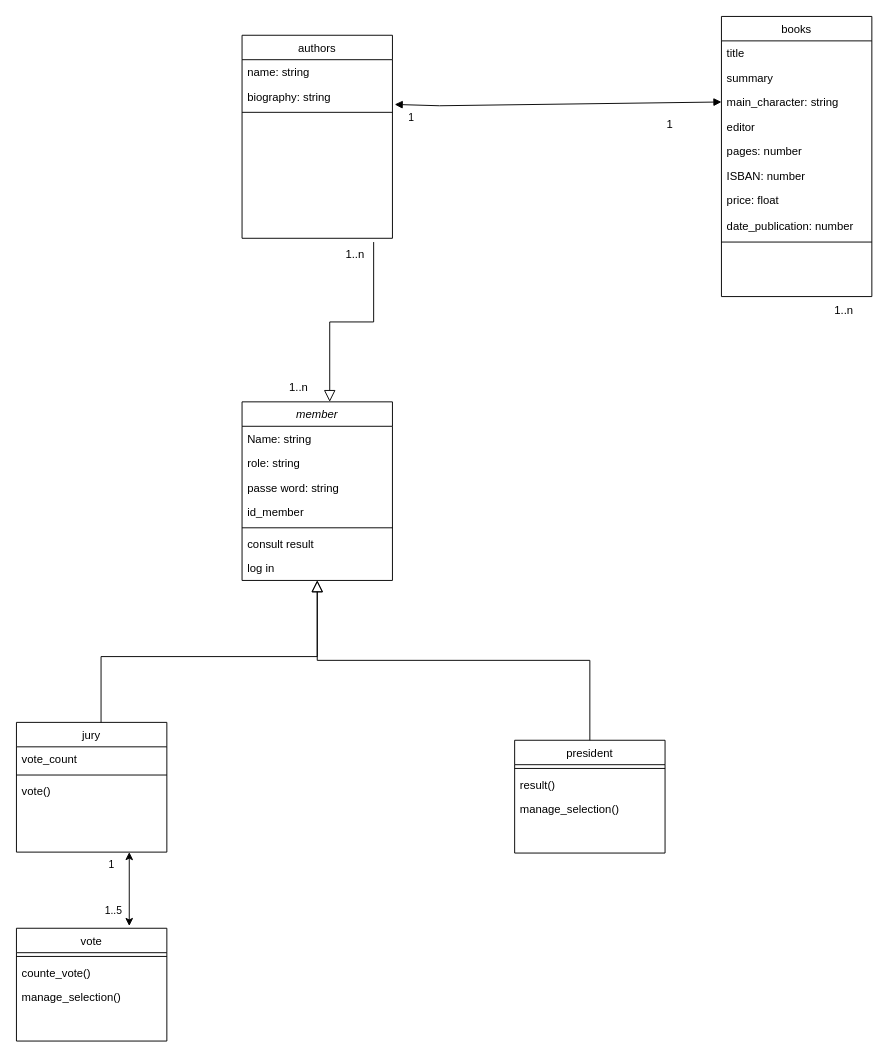
Before: prix_goncourt/Docs/Diagramme_classe.drawio in SHATAJV/prix_goncourt-, a draw.io diagram. Source tidied: cells renumbered, new cells numbered last; positions are measured from the earlier drawing's top-left corner, leaving out a move shared by most shapes. Both pictures are drawn from the tidied source at 94%, with x=0, y=0 at pixel (16, 16).
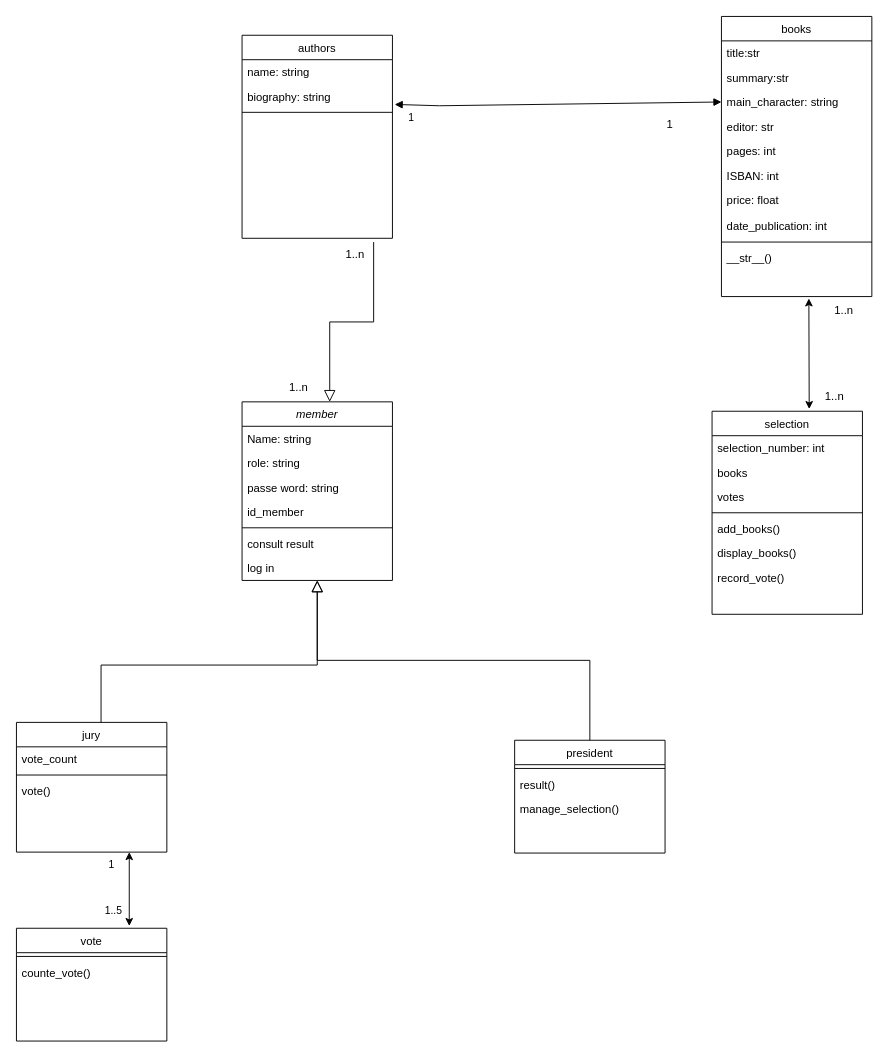
Above is the later version.

Commit message:
Mettre à jour Diagramme_classe.drawio

The change refers to these unchanged cells:
```xml
<mxCell id="2" value="member" style="swimlane;fontStyle=2;align=center;verticalAlign=top;horizontal=1;startSize=26;rounded=0;shadow=0;strokeWidth=1;" parent="1" vertex="1">
  <mxGeometry x="240" y="410" width="160" height="190" as="geometry" />
</mxCell>
<mxCell id="20" value="books" style="swimlane;fontStyle=0;align=center;verticalAlign=top;horizontal=1;startSize=26;rounded=0;shadow=0;strokeWidth=1;" parent="1" vertex="1">
  <mxGeometry x="750" width="160" height="298" as="geometry" />
</mxCell>
<mxCell id="41" value="vote" style="swimlane;fontStyle=0;align=center;verticalAlign=top;horizontal=1;startSize=26;rounded=0;shadow=0;strokeWidth=1;" parent="1" vertex="1">
  <mxGeometry y="970" width="160" height="120" as="geometry" />
</mxCell>
```

Diff of the diagram source:
```diff
@@
     <mxCell id="10" style="endArrow=block;endSize=10;endFill=0;shadow=0;strokeWidth=1;rounded=0;curved=0;edgeStyle=elbowEdgeStyle;elbow=vertical;" parent="1" edge="1" target="2">
       <mxGeometry relative="1" as="geometry">
         <mxPoint x="90" y="761" as="sourcePoint" />
+        <Array as="points">
+          <mxPoint x="190" y="690" />
+        </Array>
       </mxGeometry>
     </mxCell>
@@
-    <mxCell id="21" value="title" style="text;align=left;verticalAlign=top;spacingLeft=4;spacingRight=4;overflow=hidden;rounded=0;shadow=0;html=0;" parent="20" vertex="1">
+    <mxCell id="21" value="title:str" style="text;align=left;verticalAlign=top;spacingLeft=4;spacingRight=4;overflow=hidden;rounded=0;shadow=0;html=0;" parent="20" vertex="1">
       <mxGeometry y="26" width="160" height="26" as="geometry" />
     </mxCell>
-    <mxCell id="22" value="summary" style="text;align=left;verticalAlign=top;spacingLeft=4;spacingRight=4;overflow=hidden;rounded=0;shadow=0;html=0;" parent="20" vertex="1">
+    <mxCell id="22" value="summary:str" style="text;align=left;verticalAlign=top;spacingLeft=4;spacingRight=4;overflow=hidden;rounded=0;shadow=0;html=0;" parent="20" vertex="1">
       <mxGeometry y="52" width="160" height="26" as="geometry" />
     </mxCell>
@@
-    <mxCell id="24" value="editor" style="text;align=left;verticalAlign=top;spacingLeft=4;spacingRight=4;overflow=hidden;rounded=0;shadow=0;html=0;" parent="20" vertex="1">
+    <mxCell id="24" value="editor: str" style="text;align=left;verticalAlign=top;spacingLeft=4;spacingRight=4;overflow=hidden;rounded=0;shadow=0;html=0;" parent="20" vertex="1">
       <mxGeometry y="104" width="160" height="26" as="geometry" />
     </mxCell>
-    <mxCell id="25" value="pages: number" style="text;align=left;verticalAlign=top;spacingLeft=4;spacingRight=4;overflow=hidden;rounded=0;shadow=0;html=0;" parent="20" vertex="1">
+    <mxCell id="25" value="pages: int" style="text;align=left;verticalAlign=top;spacingLeft=4;spacingRight=4;overflow=hidden;rounded=0;shadow=0;html=0;" parent="20" vertex="1">
       <mxGeometry y="130" width="160" height="26" as="geometry" />
     </mxCell>
-    <mxCell id="26" value="ISBAN: number" style="text;align=left;verticalAlign=top;spacingLeft=4;spacingRight=4;overflow=hidden;rounded=0;shadow=0;html=0;" parent="20" vertex="1">
+    <mxCell id="26" value="ISBAN: int" style="text;align=left;verticalAlign=top;spacingLeft=4;spacingRight=4;overflow=hidden;rounded=0;shadow=0;html=0;" parent="20" vertex="1">
       <mxGeometry y="156" width="160" height="26" as="geometry" />
     </mxCell>
@@
-    <mxCell id="28" value="date_publication: number" style="text;align=left;verticalAlign=top;spacingLeft=4;spacingRight=4;overflow=hidden;rounded=0;shadow=0;html=0;" parent="20" vertex="1">
+    <mxCell id="28" value="date_publication: int" style="text;align=left;verticalAlign=top;spacingLeft=4;spacingRight=4;overflow=hidden;rounded=0;shadow=0;html=0;" parent="20" vertex="1">
       <mxGeometry y="210" width="160" height="26" as="geometry" />
     </mxCell>
@@
+    <mxCell id="48" value="__str__()" style="text;align=left;verticalAlign=top;spacingLeft=4;spacingRight=4;overflow=hidden;rounded=0;shadow=0;html=0;" parent="20" vertex="1">
+      <mxGeometry y="244" width="160" height="26" as="geometry" />
+    </mxCell>
@@
-    <mxCell id="44" value="manage_selection()" style="text;align=left;verticalAlign=top;spacingLeft=4;spacingRight=4;overflow=hidden;rounded=0;shadow=0;html=0;" parent="41" vertex="1">
-      <mxGeometry y="60" width="160" height="26" as="geometry" />
-    </mxCell>
@@
+    <mxCell id="49" value="selection" style="swimlane;fontStyle=0;align=center;verticalAlign=top;horizontal=1;startSize=26;rounded=0;shadow=0;strokeWidth=1;" parent="1" vertex="1">
+      <mxGeometry x="740" y="420" width="160" height="216" as="geometry" />
+    </mxCell>
+    <mxCell id="50" value="selection_number: int" style="text;align=left;verticalAlign=top;spacingLeft=4;spacingRight=4;overflow=hidden;" parent="49" vertex="1">
+      <mxGeometry y="26" width="160" height="26" as="geometry" />
+    </mxCell>
+    <mxCell id="51" value="books" style="text;align=left;verticalAlign=top;spacingLeft=4;spacingRight=4;overflow=hidden;rounded=0;shadow=0;html=0;" parent="49" vertex="1">
+      <mxGeometry y="52" width="160" height="26" as="geometry" />
+    </mxCell>
+    <mxCell id="52" value="votes" style="text;align=left;verticalAlign=top;spacingLeft=4;spacingRight=4;overflow=hidden;rounded=0;shadow=0;html=0;" parent="49" vertex="1">
+      <mxGeometry y="78" width="160" height="26" as="geometry" />
+    </mxCell>
+    <mxCell id="53" style="line;html=1;strokeWidth=1;align=left;verticalAlign=middle;spacingTop=-1;spacingLeft=3;spacingRight=3;labelPosition=right;" parent="49" vertex="1">
+      <mxGeometry y="104" width="160" height="8" as="geometry" />
+    </mxCell>
+    <mxCell id="54" value="add_books()" style="text;align=left;verticalAlign=top;spacingLeft=4;spacingRight=4;overflow=hidden;rounded=0;shadow=0;html=0;" parent="49" vertex="1">
+      <mxGeometry y="112" width="160" height="26" as="geometry" />
+    </mxCell>
+    <mxCell id="55" value="display_books()" style="text;align=left;verticalAlign=top;spacingLeft=4;spacingRight=4;overflow=hidden;rounded=0;shadow=0;html=0;" parent="49" vertex="1">
+      <mxGeometry y="138" width="160" height="26" as="geometry" />
+    </mxCell>
+    <mxCell id="56" value="record_vote()" style="text;align=left;verticalAlign=top;spacingLeft=4;spacingRight=4;overflow=hidden;rounded=0;shadow=0;html=0;" parent="49" vertex="1">
+      <mxGeometry y="164" width="160" height="26" as="geometry" />
+    </mxCell>
+    <mxCell id="57" style="endArrow=classic;startArrow=classic;html=1;rounded=0;exitX=0.646;exitY=-0.011;exitDx=0;exitDy=0;exitPerimeter=0;" parent="1" edge="1" source="49">
+      <mxGeometry relative="1" as="geometry">
+        <mxPoint x="843" y="300" as="targetPoint" />
+      </mxGeometry>
+    </mxCell>
+    <mxCell id="58" value="1..n" style="text;html=1;align=center;verticalAlign=middle;strokeColor=none;fillColor=none;" parent="1" vertex="1">
+      <mxGeometry x="850" y="390" width="40" height="30" as="geometry" />
+    </mxCell>
```
